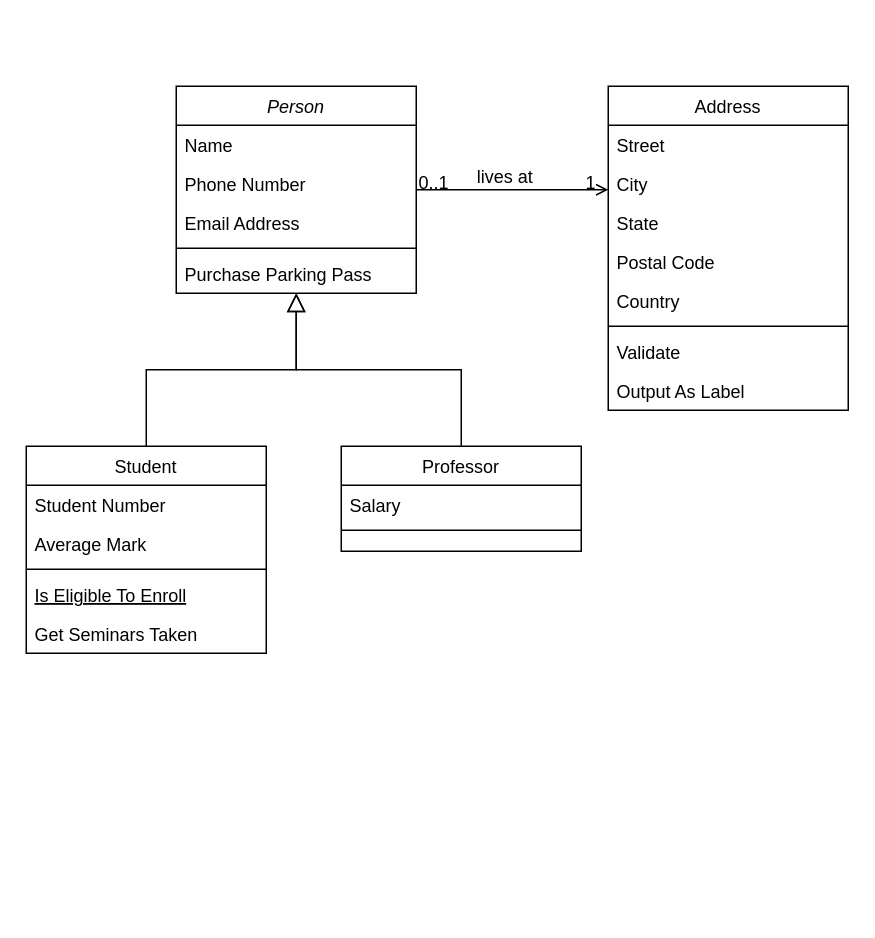
This is Untitled Diagram.drawio from Nada-saad635/Game-Management-System, a draw.io file, before an edit. Source tidied: cells renumbered, new cells numbered last; positions are measured from the earlier drawing's top-left corner, leaving out a move shared by most shapes. Both pictures are drawn from the tidied source at 150%, with x=0, y=0 at pixel (26, 86).
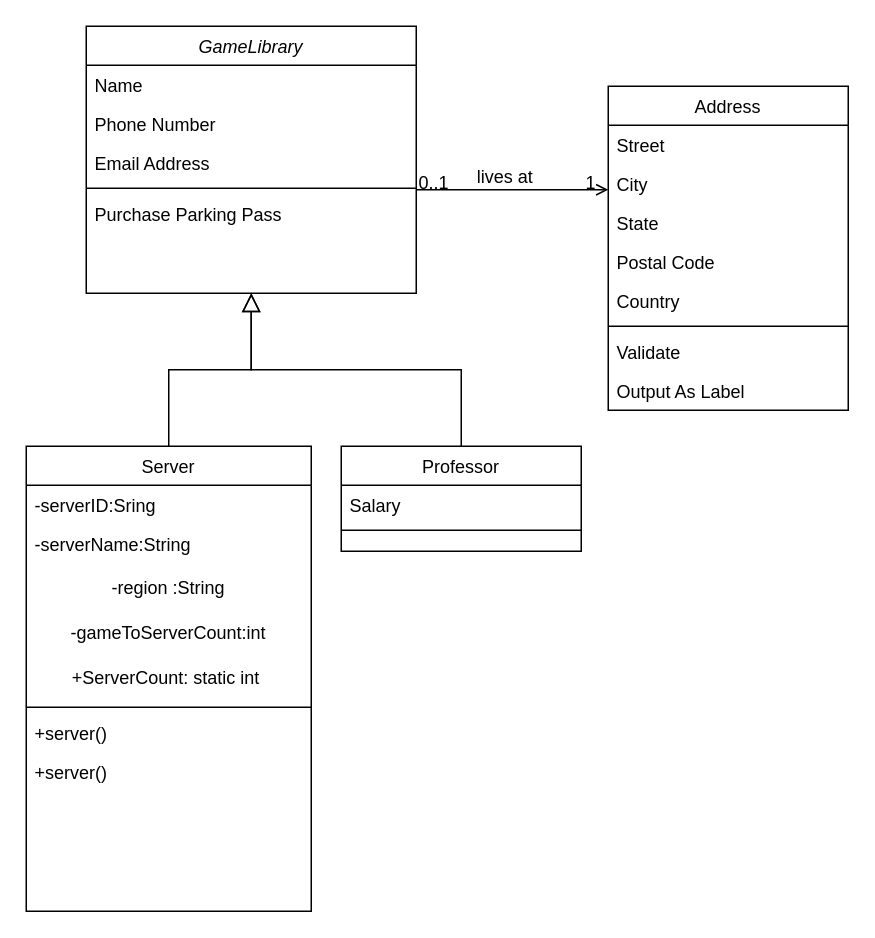
The same diagram, later.

What changed in the source:
```diff
@@
-    <mxCell id="2" value="Person" style="swimlane;fontStyle=2;align=center;verticalAlign=top;horizontal=1;startSize=26;rounded=0;shadow=0;strokeWidth=1;" parent="1" vertex="1">
-      <mxGeometry x="100" width="160" height="138" as="geometry" />
+    <mxCell id="2" value="GameLibrary" style="swimlane;fontStyle=2;align=center;verticalAlign=top;horizontal=1;startSize=26;rounded=0;shadow=0;strokeWidth=1;" parent="1" vertex="1">
+      <mxGeometry x="40" y="-40" width="220" height="178" as="geometry" />
     </mxCell>
     <mxCell id="3" value="Name" style="text;align=left;verticalAlign=top;spacingLeft=4;spacingRight=4;overflow=hidden;" parent="2" vertex="1">
-      <mxGeometry y="26" width="160" height="26" as="geometry" />
+      <mxGeometry y="26" width="220" height="26" as="geometry" />
     </mxCell>
     <mxCell id="4" value="Phone Number" style="text;align=left;verticalAlign=top;spacingLeft=4;spacingRight=4;overflow=hidden;rounded=0;shadow=0;html=0;" parent="2" vertex="1">
-      <mxGeometry y="52" width="160" height="26" as="geometry" />
+      <mxGeometry y="52" width="220" height="26" as="geometry" />
     </mxCell>
     <mxCell id="5" value="Email Address" style="text;align=left;verticalAlign=top;spacingLeft=4;spacingRight=4;overflow=hidden;rounded=0;shadow=0;html=0;" parent="2" vertex="1">
-      <mxGeometry y="78" width="160" height="26" as="geometry" />
+      <mxGeometry y="78" width="220" height="26" as="geometry" />
     </mxCell>
     <mxCell id="6" style="line;html=1;strokeWidth=1;align=left;verticalAlign=middle;spacingTop=-1;spacingLeft=3;spacingRight=3;labelPosition=right;" parent="2" vertex="1">
-      <mxGeometry y="104" width="160" height="8" as="geometry" />
+      <mxGeometry y="104" width="220" height="8" as="geometry" />
     </mxCell>
     <mxCell id="7" value="Purchase Parking Pass" style="text;align=left;verticalAlign=top;spacingLeft=4;spacingRight=4;overflow=hidden;" parent="2" vertex="1">
-      <mxGeometry y="112" width="160" height="26" as="geometry" />
+      <mxGeometry y="112" width="220" height="26" as="geometry" />
     </mxCell>
-    <mxCell id="8" value="Student" style="swimlane;fontStyle=0;align=center;verticalAlign=top;horizontal=1;startSize=26;rounded=0;shadow=0;strokeWidth=1;" parent="1" vertex="1">
-      <mxGeometry y="240" width="160" height="138" as="geometry" />
+    <mxCell id="8" value="Server" style="swimlane;fontStyle=0;align=center;verticalAlign=top;horizontal=1;startSize=26;rounded=0;shadow=0;strokeWidth=1;" parent="1" vertex="1">
+      <mxGeometry y="240" width="190" height="310" as="geometry" />
     </mxCell>
-    <mxCell id="9" value="Student Number" style="text;align=left;verticalAlign=top;spacingLeft=4;spacingRight=4;overflow=hidden;" parent="8" vertex="1">
-      <mxGeometry y="26" width="160" height="26" as="geometry" />
+    <mxCell id="9" value="-serverID:Sring" style="text;align=left;verticalAlign=top;spacingLeft=4;spacingRight=4;overflow=hidden;" parent="8" vertex="1">
+      <mxGeometry y="26" width="190" height="26" as="geometry" />
     </mxCell>
-    <mxCell id="10" value="Average Mark" style="text;align=left;verticalAlign=top;spacingLeft=4;spacingRight=4;overflow=hidden;rounded=0;shadow=0;html=0;" parent="8" vertex="1">
-      <mxGeometry y="52" width="160" height="26" as="geometry" />
+    <mxCell id="10" value="-serverName:String " style="text;align=left;verticalAlign=top;spacingLeft=4;spacingRight=4;overflow=hidden;rounded=0;shadow=0;html=0;" parent="8" vertex="1">
+      <mxGeometry y="52" width="190" height="28" as="geometry" />
     </mxCell>
+    <mxCell id="32" value="-region :String" style="text;html=1;align=center;verticalAlign=middle;whiteSpace=wrap;rounded=0;" parent="8" vertex="1">
+      <mxGeometry y="80" width="190" height="30" as="geometry" />
+    </mxCell>
+    <mxCell id="33" value="-gameToServerCount:int" style="text;html=1;align=center;verticalAlign=middle;whiteSpace=wrap;rounded=0;" parent="8" vertex="1">
+      <mxGeometry y="110" width="190" height="30" as="geometry" />
+    </mxCell>
+    <mxCell id="34" value="+ServerCount: static int&amp;nbsp;" style="text;html=1;align=center;verticalAlign=middle;whiteSpace=wrap;rounded=0;" parent="8" vertex="1">
+      <mxGeometry y="140" width="190" height="30" as="geometry" />
+    </mxCell>
     <mxCell id="11" style="line;html=1;strokeWidth=1;align=left;verticalAlign=middle;spacingTop=-1;spacingLeft=3;spacingRight=3;labelPosition=right;" parent="8" vertex="1">
-      <mxGeometry y="78" width="160" height="8" as="geometry" />
+      <mxGeometry y="170" width="190" height="8" as="geometry" />
     </mxCell>
-    <mxCell id="12" value="Is Eligible To Enroll" style="text;align=left;verticalAlign=top;spacingLeft=4;spacingRight=4;overflow=hidden;fontStyle=4;" parent="8" vertex="1">
-      <mxGeometry y="86" width="160" height="26" as="geometry" />
-    </mxCell>
-    <mxCell id="13" value="Get Seminars Taken" style="text;align=left;verticalAlign=top;spacingLeft=4;spacingRight=4;overflow=hidden;" parent="8" vertex="1">
-      <mxGeometry y="112" width="160" height="26" as="geometry" />
+    <mxCell id="13" value="+server()" style="text;align=left;verticalAlign=top;spacingLeft=4;spacingRight=4;overflow=hidden;" parent="8" vertex="1">
+      <mxGeometry y="178" width="190" height="26" as="geometry" />
     </mxCell>
+    <mxCell id="35" value="+server()" style="text;align=left;verticalAlign=top;spacingLeft=4;spacingRight=4;overflow=hidden;" parent="8" vertex="1">
+      <mxGeometry y="204" width="190" height="26" as="geometry" />
+    </mxCell>
```
